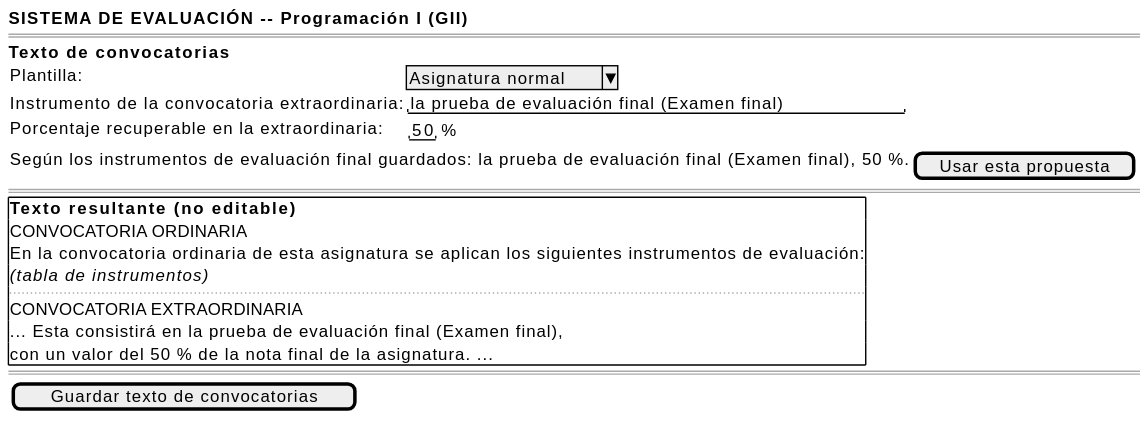
This is images/RUP/01-requisitos/03-detalle-casos-uso/editarTextoSistemaEvaluacion/wireframe.svg from mmasias/pyCeldaPublico, a PlantUML export, as it was before one commit.
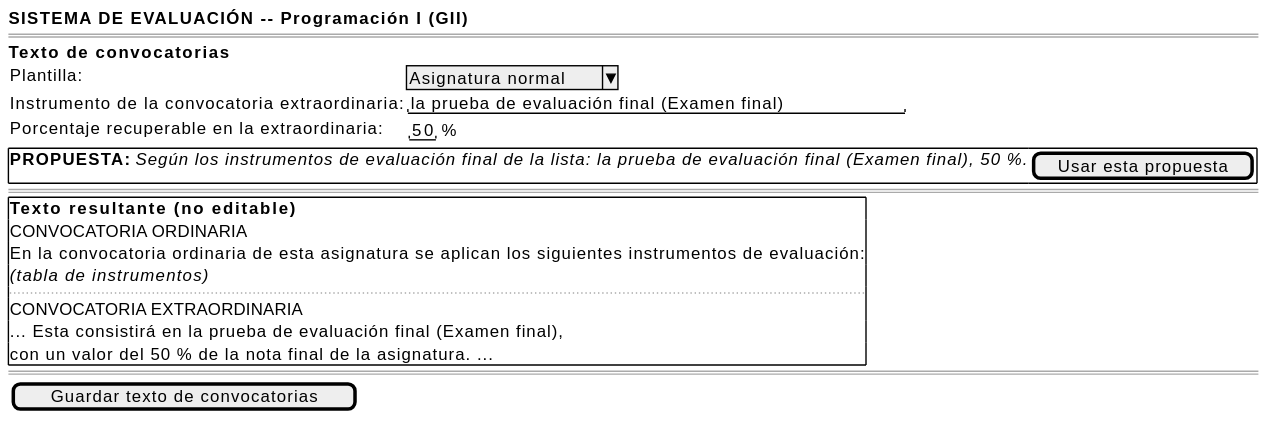
Later version of the same file.

The edit, as a diff of the source:
```diff
@@ -8,8 +8,8 @@
         Instrumento de la convocatoria extraordinaria: | "la prueba de evaluación final (Examen final)"
         Porcentaje recuperable en la extraordinaria: | {"50" | %}
     }
-    {
-        Según los instrumentos de evaluación final guardados: la prueba de evaluación final (Examen final), 50 %. | [Usar esta propuesta]
+    {+
+        <b>PROPUESTA:</b> <i>Según los instrumentos de evaluación final de la lista: la prueba de evaluación final (Examen final), 50 %.</i> | [Usar esta propuesta]
     }
     ====
     {+
```
